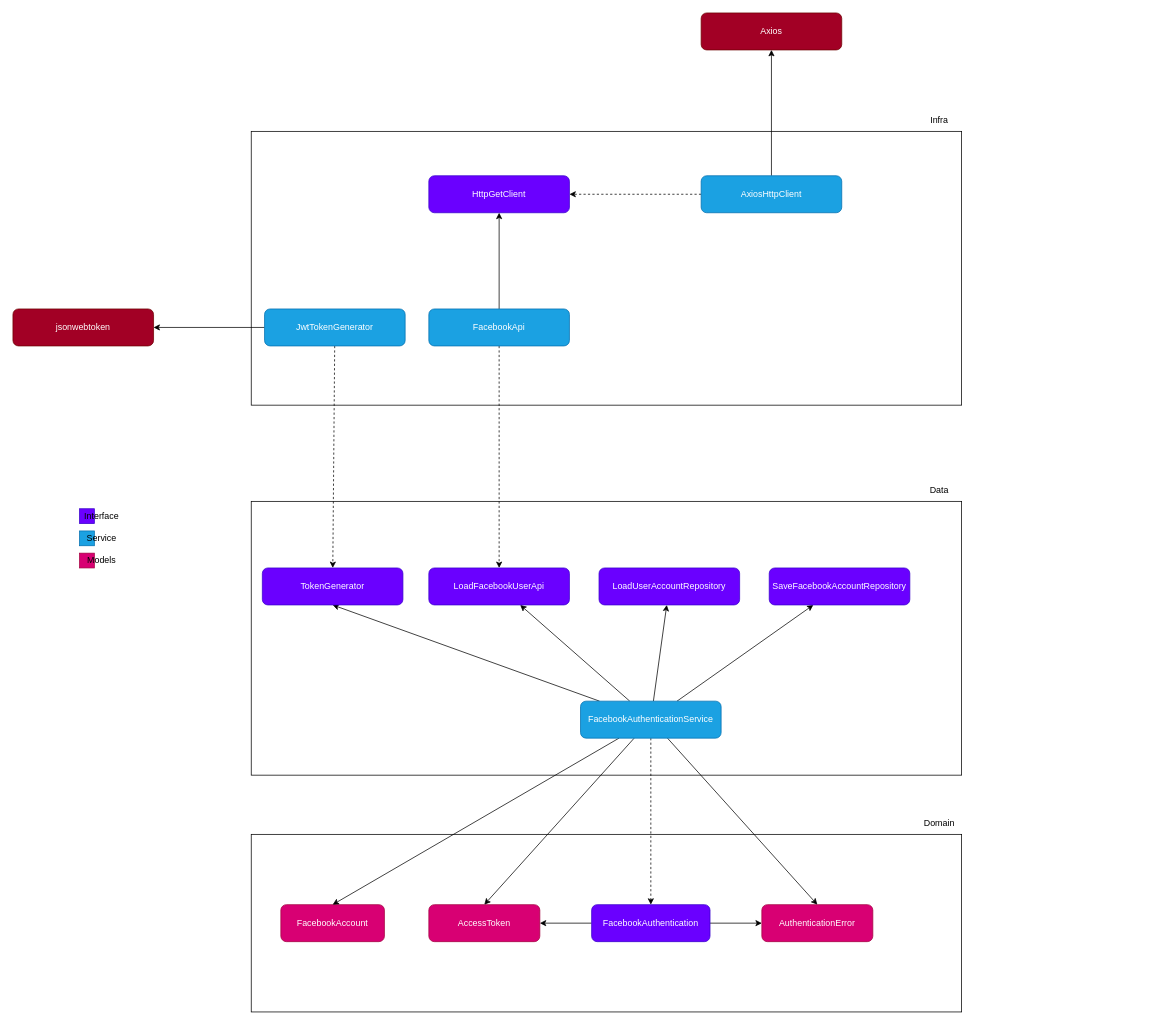
Earlier version of the draw.io diagram docs/facebook-authentication/dependencies.drawio (diogo-braz/facebook-api-integration). Source tidied: cells renumbered, new cells numbered last; positions are measured from the earlier drawing's top-left corner, leaving out a move shared by most shapes. Both pictures are drawn from the tidied source at 74%, with x=0, y=0 at pixel (13, 13).
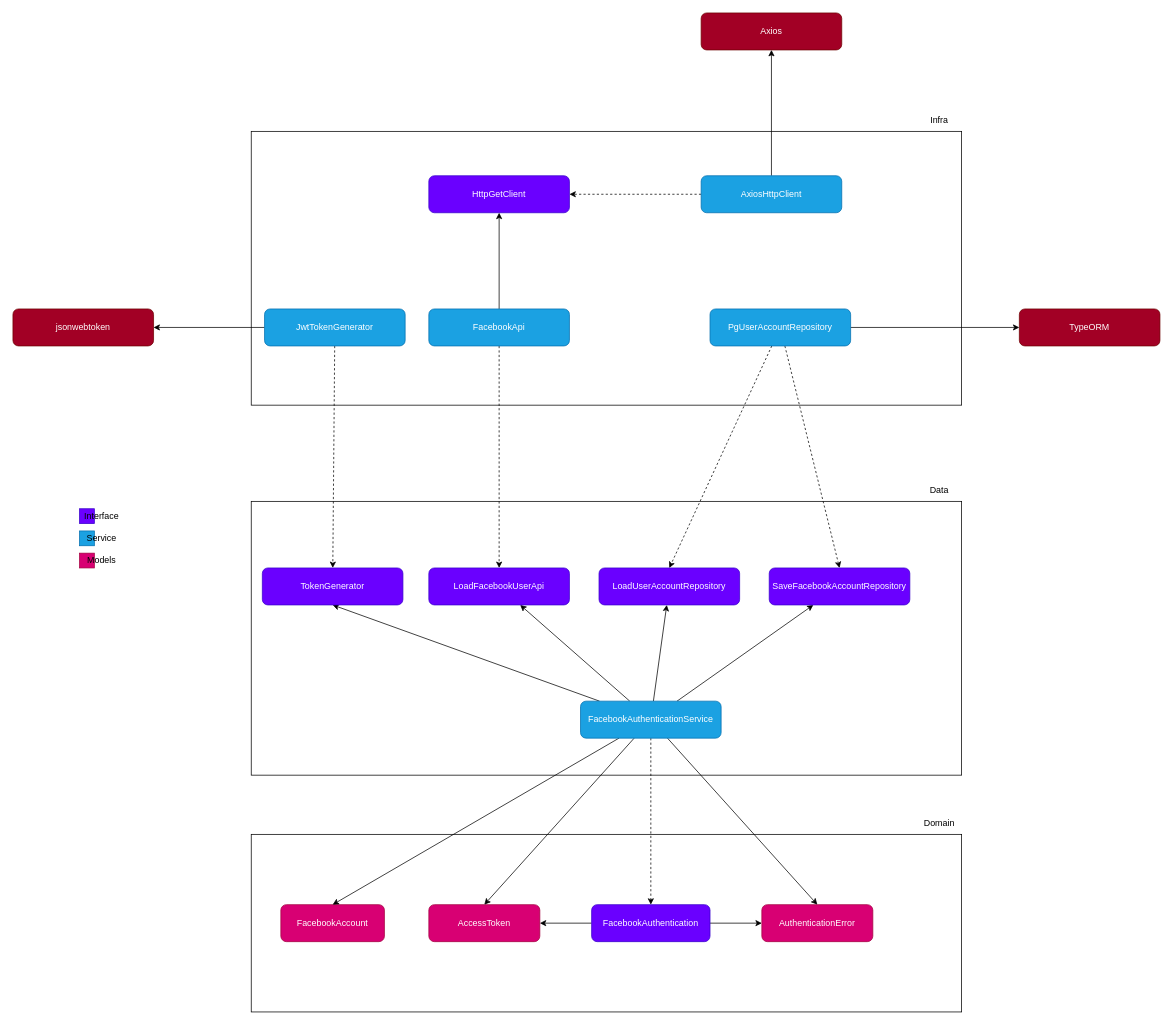
After the change.

Commit message:
docs: add PgUserAccountRepository to diagram

The change refers to these unchanged cells:
```xml
<mxCell id="23" value="SaveFacebookAccountRepository" style="rounded=1;whiteSpace=wrap;html=1;fillColor=#6a00ff;fontColor=#ffffff;strokeColor=#3700CC;" parent="1" vertex="1">
  <mxGeometry x="1022" y="750" width="190" height="50" as="geometry" />
</mxCell>
<mxCell id="24" value="LoadUserAccountRepository" style="rounded=1;whiteSpace=wrap;html=1;fillColor=#6a00ff;fontColor=#ffffff;strokeColor=#3700CC;" parent="1" vertex="1">
  <mxGeometry x="792" y="750" width="190" height="50" as="geometry" />
</mxCell>
```

The edit, as a diff of the source:
```diff
@@
+    <mxCell id="52" value="TypeORM" style="rounded=1;whiteSpace=wrap;html=1;fillColor=#a20025;fontColor=#ffffff;strokeColor=#6F0000;" parent="1" vertex="1">
+      <mxGeometry x="1360" y="400" width="190" height="50" as="geometry" />
+    </mxCell>
+    <mxCell id="53" style="edgeStyle=none;html=1;entryX=0.5;entryY=0;entryDx=0;entryDy=0;dashed=1;" parent="1" edge="1" source="56" target="24">
+      <mxGeometry relative="1" as="geometry" />
+    </mxCell>
+    <mxCell id="54" style="edgeStyle=none;html=1;entryX=0.5;entryY=0;entryDx=0;entryDy=0;dashed=1;" parent="1" edge="1" source="56" target="23">
+      <mxGeometry relative="1" as="geometry" />
+    </mxCell>
+    <mxCell id="55" style="edgeStyle=none;html=1;entryX=0;entryY=0.5;entryDx=0;entryDy=0;" parent="1" edge="1" source="56" target="52">
+      <mxGeometry relative="1" as="geometry" />
+    </mxCell>
+    <mxCell id="56" value="PgUserAccountRepository" style="rounded=1;whiteSpace=wrap;html=1;fillColor=#1ba1e2;fontColor=#ffffff;strokeColor=#006EAF;" parent="1" vertex="1">
+      <mxGeometry x="942" y="400" width="190" height="50" as="geometry" />
+    </mxCell>
```
